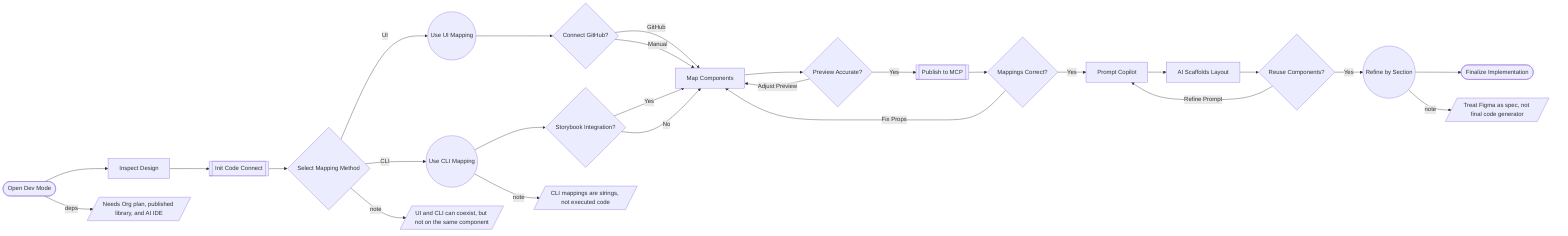
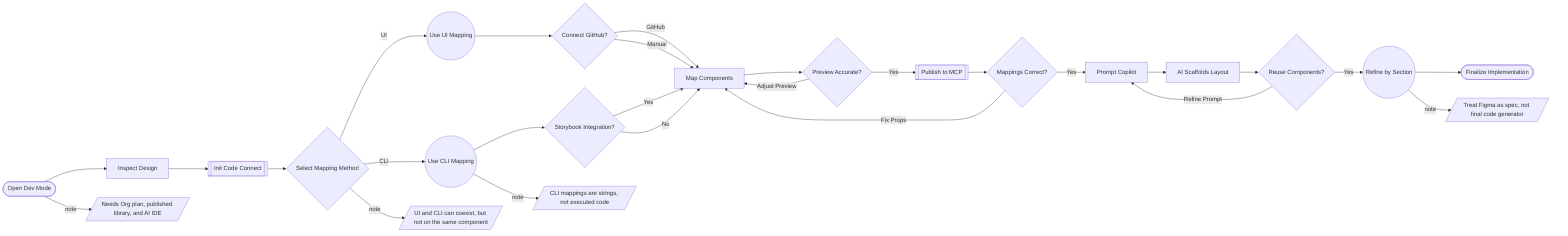
flowchart LR
+ 
+     %% Node declarations
    A([Open Dev Mode])
    B[Inspect Design]
    C[[Init Code Connect]]
    D{Select Mapping Method}
    E((Use UI Mapping))
    F((Use CLI Mapping))
    G{Connect GitHub?}
    H{Storybook Integration?}
    I[Map Components]
    J{Preview Accurate?}
    K[[Publish to MCP]]
    L{Mappings Correct?}
    M[Prompt Copilot]
    N[AI Scaffolds Layout]
    O{Reuse Components?}
    P((Refine by Section))
    Q([Finalize Implementation])
    R[/Needs Org plan, published library, and AI IDE/]
    S[/UI and CLI can coexist, but not on the same component/]
    T[/CLI mappings are strings, not executed code/]
    U[/Treat Figma as spec, not final code generator/]

+     %% Main flow
    A --> B
    B --> C
    C --> D
    D -->|UI| E
-     D -->|CLI| F
    E --> G
    G -->|GitHub| I
-     G -->|Manual| I
-     F --> H
-     H -->|Yes| I
-     H -->|No| I
    I --> J
    J -->|Yes| K
-     J -->|Adjust Preview| I
    K --> L
    L -->|Yes| M
-     L -->|Fix Props| I
    M --> N
    N --> O
    O -->|Yes| P
+     P --> Q
+ 
+     %% Branch edges
+     D -->|CLI| F
+     F --> H
+     G -->|Manual| I
+     H -->|Yes| I
+     H -->|No| I
+     J -->|Adjust Preview| I
+     L -->|Fix Props| I
    O -->|Refine Prompt| M
-     P --> Q
-     A -->|deps| R
+ 
+     %% Note edges
+     A -->|note| R
    D -->|note| S
    F -->|note| T
    P -->|note| U